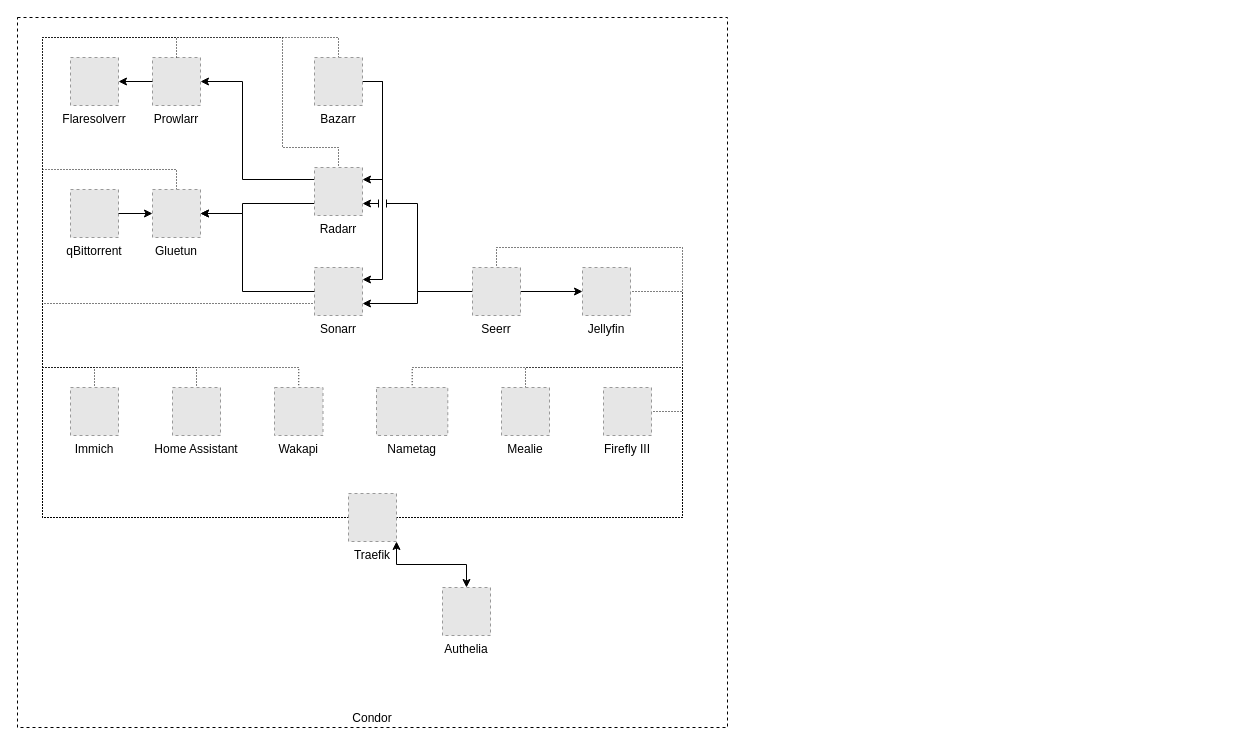
Before: page "Service Level As Is" (2 of 3) of network.drawio in Mustachipleb/nixos-config, a draw.io diagram. Source tidied: cells renumbered, new cells numbered last; positions are measured from the earlier drawing's top-left corner, leaving out a move shared by most shapes. Both pictures are drawn from the tidied source at 100%, with x=0, y=0 at pixel (17, 17). Pictures stored in the file or linked from it are replaced by grey dashed boxes.
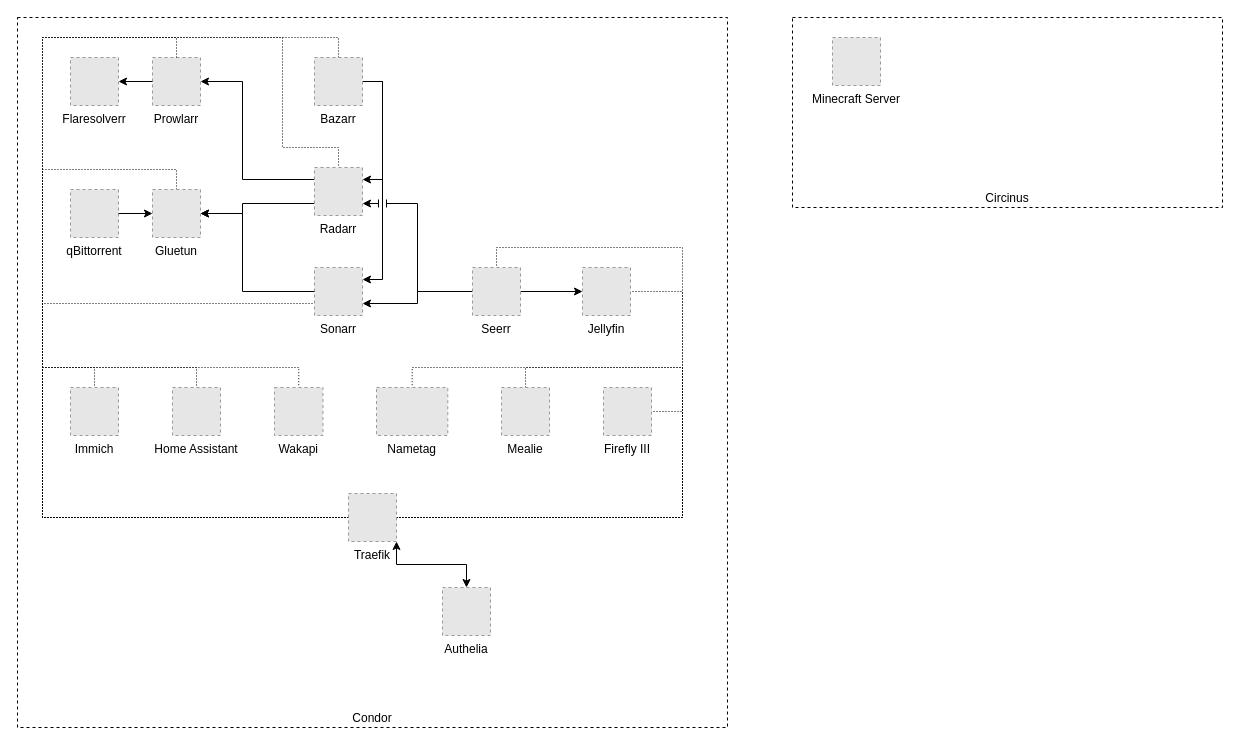
After the change.

Diff of the diagram source:
```diff
@@
+    <mxCell id="44" value="&lt;div&gt;Circinus&lt;/div&gt;" style="rounded=0;whiteSpace=wrap;html=1;fillColor=none;dashed=1;verticalAlign=bottom;" parent="1" vertex="1">
+      <mxGeometry x="775" width="430" height="190" as="geometry" />
+    </mxCell>
+    <mxCell id="45" value="Minecraft Server" style="fillColor=#E6E6E6;strokeColor=#999999;dashed=1;verticalLabelPosition=bottom;verticalAlign=top;" parent="1" vertex="1">
+      <mxGeometry x="815" y="20" width="48" height="48" as="geometry" />
+    </mxCell>
```
